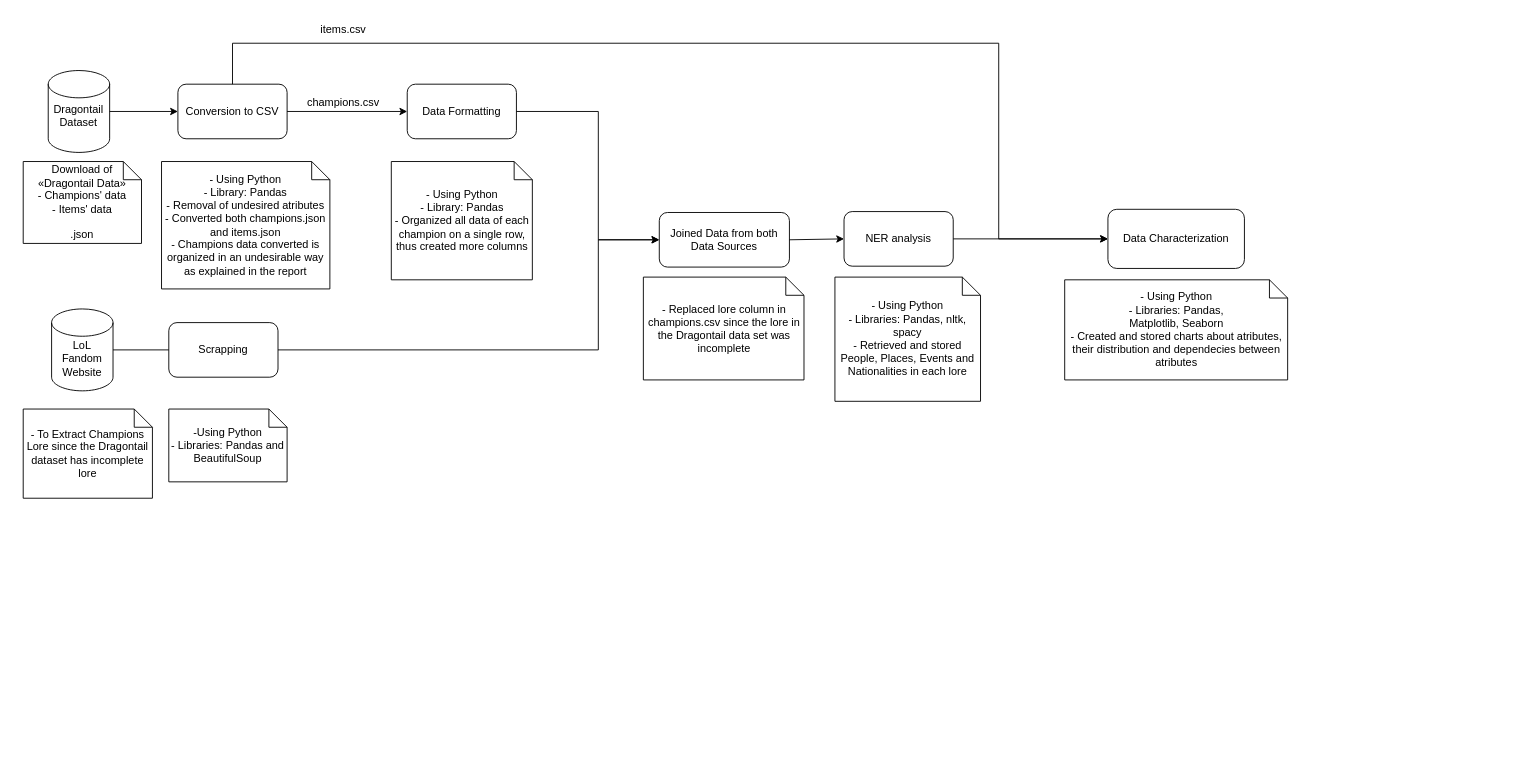
Earlier version of the draw.io diagram docs/Pipeline.drawio (MiNeves00/PRI2021). Source tidied: cells renumbered, new cells numbered last; positions are measured from the earlier drawing's top-left corner, leaving out a move shared by most shapes. Both pictures are drawn from the tidied source at 91%, with x=0, y=0 at pixel (23, 15).
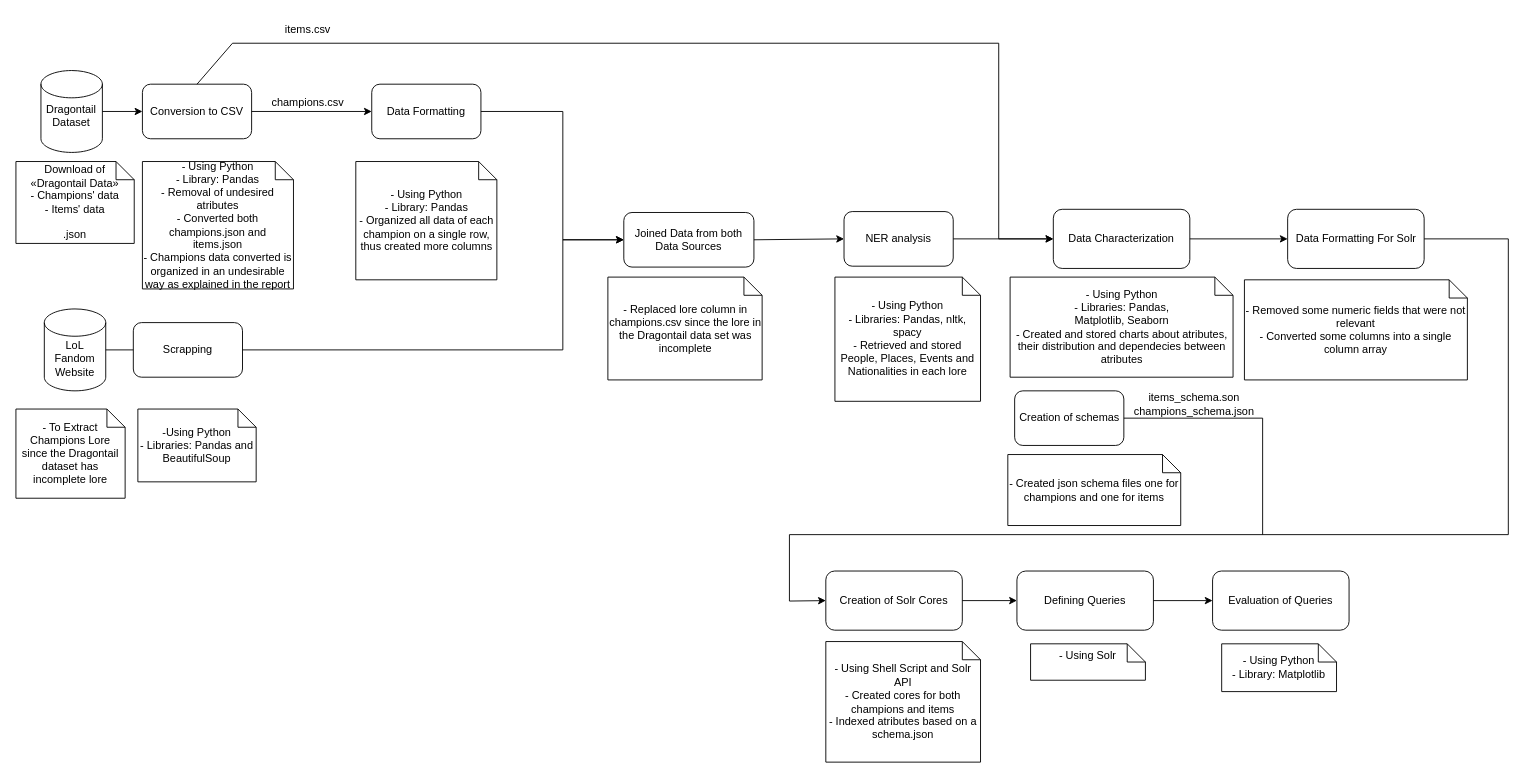
The same diagram, later.

What changed in the source:
```diff
@@
     <mxCell id="2" style="shape=cylinder3;whiteSpace=wrap;html=1;boundedLbl=1;backgroundOutline=1;size=15;" parent="1" vertex="1">
-      <mxGeometry x="27.5" y="60" width="67.5" height="90" as="geometry" />
+      <mxGeometry x="19.5" y="60" width="67.5" height="90" as="geometry" />
     </mxCell>
     <mxCell id="3" value="Dragontail Dataset" style="text;html=1;strokeColor=none;fillColor=none;align=center;verticalAlign=middle;whiteSpace=wrap;rounded=0;" parent="1" vertex="1">
-      <mxGeometry x="41.2" y="100" width="40" height="20" as="geometry" />
+      <mxGeometry x="33.2" y="100" width="40" height="20" as="geometry" />
     </mxCell>
     <mxCell id="4" value="Download of «Dragontail Data»&lt;br&gt;- Champions' data&lt;br&gt;&lt;div&gt;- Items' data&lt;/div&gt;&lt;div&gt;&lt;br&gt;&lt;/div&gt;&lt;div&gt;.json&lt;br&gt;&lt;/div&gt;" style="shape=note;size=20;whiteSpace=wrap;html=1;" parent="1" vertex="1">
-      <mxGeometry y="160" width="130" height="90" as="geometry" />
+      <mxGeometry x="-8" y="160" width="130" height="90" as="geometry" />
     </mxCell>
     <mxCell id="5" style="shape=cylinder3;whiteSpace=wrap;html=1;boundedLbl=1;backgroundOutline=1;size=15;" parent="1" vertex="1">
-      <mxGeometry x="31.2" y="322" width="67.5" height="90" as="geometry" />
+      <mxGeometry x="23.2" y="322" width="67.5" height="90" as="geometry" />
     </mxCell>
     <mxCell id="6" value="&lt;div&gt;LoL Fandom Website&lt;/div&gt;" style="text;html=1;strokeColor=none;fillColor=none;align=center;verticalAlign=middle;whiteSpace=wrap;rounded=0;" parent="1" vertex="1">
-      <mxGeometry x="45" y="367" width="40" height="20" as="geometry" />
+      <mxGeometry x="37" y="367" width="40" height="20" as="geometry" />
     </mxCell>
     <mxCell id="7" value="Scrapping" style="rounded=1;whiteSpace=wrap;html=1;" parent="1" vertex="1">
-      <mxGeometry x="160" y="337" width="120" height="60" as="geometry" />
+      <mxGeometry x="121" y="337" width="120" height="60" as="geometry" />
     </mxCell>
@@
     <mxCell id="9" value="&lt;div&gt;-Using Python&lt;/div&gt;&lt;div&gt;- Libraries: Pandas and BeautifulSoup&lt;br&gt;&lt;/div&gt;" style="shape=note;size=20;whiteSpace=wrap;html=1;" parent="1" vertex="1">
-      <mxGeometry x="160" y="432" width="130" height="80" as="geometry" />
+      <mxGeometry x="126" y="432" width="130" height="80" as="geometry" />
     </mxCell>
     <mxCell id="10" value="- To Extract Champions Lore since the Dragontail dataset has incomplete lore" style="shape=note;size=20;whiteSpace=wrap;html=1;" parent="1" vertex="1">
-      <mxGeometry y="432" width="142" height="98" as="geometry" />
+      <mxGeometry x="-8" y="432" width="120" height="98" as="geometry" />
     </mxCell>
     <mxCell id="11" value="Conversion to CSV" style="rounded=1;whiteSpace=wrap;html=1;" parent="1" vertex="1">
-      <mxGeometry x="170" y="75" width="120" height="60" as="geometry" />
+      <mxGeometry x="131" y="75" width="120" height="60" as="geometry" />
     </mxCell>
     <mxCell id="12" value="&lt;div&gt;- Using Python&lt;/div&gt;&lt;div&gt;- Library: Pandas&lt;/div&gt;&lt;div&gt;- Removal of undesired atributes&lt;/div&gt;&lt;div&gt;- Converted both champions.json and items.json&lt;br&gt;&lt;/div&gt;&lt;div&gt;- Champions data converted is organized in an undesirable way as explained in the report&lt;br&gt;&lt;/div&gt;" style="shape=note;size=20;whiteSpace=wrap;html=1;" parent="1" vertex="1">
-      <mxGeometry x="152" y="160" width="185" height="140" as="geometry" />
+      <mxGeometry x="131" y="160" width="166" height="140" as="geometry" />
     </mxCell>
     <mxCell id="13" value="Data Formatting" style="rounded=1;whiteSpace=wrap;html=1;" parent="1" vertex="1">
-      <mxGeometry x="422" y="75" width="120" height="60" as="geometry" />
+      <mxGeometry x="383" y="75" width="120" height="60" as="geometry" />
     </mxCell>
@@
     <mxCell id="16" value="&lt;div&gt;- Using Python&lt;/div&gt;&lt;div&gt;- Library: Pandas&lt;br&gt;&lt;/div&gt;&lt;div&gt;- Organized all data of each champion on a single row, thus created more columns&lt;br&gt;&lt;/div&gt;" style="shape=note;size=20;whiteSpace=wrap;html=1;" parent="1" vertex="1">
-      <mxGeometry x="404.5" y="160" width="155" height="130" as="geometry" />
+      <mxGeometry x="365.5" y="160" width="155" height="130" as="geometry" />
     </mxCell>
     <mxCell id="17" value="&lt;div&gt;Joined Data from both Data Sources&lt;/div&gt;" style="rounded=1;whiteSpace=wrap;html=1;" parent="1" vertex="1">
-      <mxGeometry x="699" y="216" width="143" height="60" as="geometry" />
+      <mxGeometry x="660" y="216" width="143" height="60" as="geometry" />
     </mxCell>
     <mxCell id="18" style="endArrow=classic;html=1;rounded=0;exitX=1;exitY=0.5;exitDx=0;exitDy=0;entryX=0;entryY=0.5;entryDx=0;entryDy=0;" parent="1" edge="1" source="13" target="17">
       <mxGeometry relative="1" as="geometry">
         <Array as="points">
-          <mxPoint x="632" y="105" />
-          <mxPoint x="632" y="246" />
+          <mxPoint x="593" y="105" />
+          <mxPoint x="593" y="246" />
         </Array>
       </mxGeometry>
     </mxCell>
     <mxCell id="19" style="endArrow=classic;html=1;rounded=0;exitX=1;exitY=0.5;exitDx=0;exitDy=0;entryX=0;entryY=0.5;entryDx=0;entryDy=0;" parent="1" edge="1" source="7" target="17">
       <mxGeometry relative="1" as="geometry">
         <Array as="points">
-          <mxPoint x="632" y="367" />
-          <mxPoint x="632" y="246" />
+          <mxPoint x="593" y="367" />
+          <mxPoint x="593" y="246" />
         </Array>
       </mxGeometry>
     </mxCell>
     <mxCell id="20" value="- Replaced lore column in champions.csv since the lore in the Dragontail data set was incomplete" style="shape=note;size=20;whiteSpace=wrap;html=1;" parent="1" vertex="1">
-      <mxGeometry x="681.5" y="287" width="176.5" height="113" as="geometry" />
+      <mxGeometry x="642.5" y="287" width="169.5" height="113" as="geometry" />
     </mxCell>
     <mxCell id="21" value="champions.csv" style="text;html=1;strokeColor=none;fillColor=none;align=center;verticalAlign=middle;whiteSpace=wrap;rounded=0;" parent="1" vertex="1">
-      <mxGeometry x="322" y="81" width="60" height="30" as="geometry" />
+      <mxGeometry x="283" y="81" width="60" height="30" as="geometry" />
     </mxCell>
@@
     <mxCell id="23" value="Data Characterization" style="rounded=1;whiteSpace=wrap;html=1;" parent="1" vertex="1">
-      <mxGeometry x="1192" y="212.5" width="150" height="65" as="geometry" />
+      <mxGeometry x="1132" y="212.5" width="150" height="65" as="geometry" />
     </mxCell>
@@
     <mxCell id="27" value="&lt;div&gt;items.csv&lt;/div&gt;" style="text;html=1;strokeColor=none;fillColor=none;align=center;verticalAlign=middle;whiteSpace=wrap;rounded=0;" parent="1" vertex="1">
-      <mxGeometry x="322" width="60" height="30" as="geometry" />
+      <mxGeometry x="283" width="60" height="30" as="geometry" />
     </mxCell>
@@
     <mxCell id="29" value="&lt;div&gt;- Using Python&lt;/div&gt;&lt;div&gt;- Libraries: Pandas, &lt;br&gt;&lt;/div&gt;&lt;div&gt;Matplotlib, Seaborn&lt;/div&gt;&lt;div&gt;- Created and stored charts about atributes, their distribution and dependecies between atributes&lt;br&gt;&lt;/div&gt;" style="shape=note;size=20;whiteSpace=wrap;html=1;" parent="1" vertex="1">
-      <mxGeometry x="1144.5" y="290" width="245" height="110" as="geometry" />
+      <mxGeometry x="1084.5" y="287" width="245" height="110" as="geometry" />
     </mxCell>
+    <mxCell id="30" value="Creation of Solr Cores" style="rounded=1;whiteSpace=wrap;html=1;" parent="1" vertex="1">
+      <mxGeometry x="882" y="610" width="150" height="65" as="geometry" />
+    </mxCell>
+    <mxCell id="31" value="&lt;div&gt;- Using Shell Script and Solr API&lt;br&gt;&lt;/div&gt;&lt;div&gt;- Created cores for both champions and items&lt;/div&gt;&lt;div&gt;- Indexed atributes based on a schema.json&lt;br&gt;&lt;/div&gt;" style="shape=note;size=20;whiteSpace=wrap;html=1;" parent="1" vertex="1">
+      <mxGeometry x="882" y="687.5" width="170" height="132.5" as="geometry" />
+    </mxCell>
+    <mxCell id="32" value="Defining Queries" style="rounded=1;whiteSpace=wrap;html=1;" parent="1" vertex="1">
+      <mxGeometry x="1092" y="610" width="150" height="65" as="geometry" />
+    </mxCell>
+    <mxCell id="33" value="&lt;div&gt;- Using Solr&lt;/div&gt;&lt;div&gt;&lt;br&gt;&lt;/div&gt;" style="shape=note;size=20;whiteSpace=wrap;html=1;" parent="1" vertex="1">
+      <mxGeometry x="1107" y="690" width="126.2" height="40" as="geometry" />
+    </mxCell>
+    <mxCell id="34" value="Data Formatting For Solr" style="rounded=1;whiteSpace=wrap;html=1;" parent="1" vertex="1">
+      <mxGeometry x="1389.5" y="212.5" width="150" height="65" as="geometry" />
+    </mxCell>
+    <mxCell id="35" value="&lt;div&gt;- Removed some numeric fields that were not relevant&lt;/div&gt;&lt;div&gt;- Converted some columns into a single column array&lt;br&gt;&lt;/div&gt;" style="shape=note;size=20;whiteSpace=wrap;html=1;" parent="1" vertex="1">
+      <mxGeometry x="1342" y="290" width="245" height="110" as="geometry" />
+    </mxCell>
+    <mxCell id="36" style="endArrow=classic;html=1;rounded=0;exitX=1;exitY=0.5;exitDx=0;exitDy=0;entryX=0;entryY=0.5;entryDx=0;entryDy=0;" parent="1" edge="1" source="34" target="30">
+      <mxGeometry relative="1" as="geometry">
+        <Array as="points">
+          <mxPoint x="1632" y="245" />
+          <mxPoint x="1632" y="570" />
+          <mxPoint x="842" y="570" />
+          <mxPoint x="842" y="643" />
+        </Array>
+      </mxGeometry>
+    </mxCell>
+    <mxCell id="37" value="Creation of schemas" style="rounded=1;whiteSpace=wrap;html=1;" parent="1" vertex="1">
+      <mxGeometry x="1089.5" y="412" width="120" height="60" as="geometry" />
+    </mxCell>
+    <mxCell id="38" value="&lt;div&gt;- Created json schema files one for champions and one for items&lt;/div&gt;" style="shape=note;size=20;whiteSpace=wrap;html=1;" parent="1" vertex="1">
+      <mxGeometry x="1082" y="482" width="190" height="78" as="geometry" />
+    </mxCell>
+    <mxCell id="39" style="endArrow=none;html=1;rounded=0;exitX=1;exitY=0.5;exitDx=0;exitDy=0;endFill=0;" parent="1" edge="1" source="37">
+      <mxGeometry relative="1" as="geometry">
+        <mxPoint x="1362" y="570" as="targetPoint" />
+        <Array as="points">
+          <mxPoint x="1362" y="442" />
+        </Array>
+      </mxGeometry>
+    </mxCell>
+    <mxCell id="40" value="items_schema.son champions_schema.json" style="text;html=1;strokeColor=none;fillColor=none;align=center;verticalAlign=middle;whiteSpace=wrap;rounded=0;" parent="1" vertex="1">
+      <mxGeometry x="1257" y="412" width="60" height="30" as="geometry" />
+    </mxCell>
+    <mxCell id="41" style="endArrow=classic;html=1;rounded=0;exitX=1;exitY=0.5;exitDx=0;exitDy=0;entryX=0;entryY=0.5;entryDx=0;entryDy=0;" parent="1" edge="1" source="30">
+      <mxGeometry relative="1" as="geometry">
+        <mxPoint x="1092" y="642.5" as="targetPoint" />
+      </mxGeometry>
+    </mxCell>
+    <mxCell id="42" value="Evaluation of Queries" style="rounded=1;whiteSpace=wrap;html=1;" parent="1" vertex="1">
+      <mxGeometry x="1307" y="610" width="150" height="65" as="geometry" />
+    </mxCell>
+    <mxCell id="43" style="endArrow=classic;html=1;rounded=0;exitX=1;exitY=0.5;exitDx=0;exitDy=0;entryX=0;entryY=0.5;entryDx=0;entryDy=0;" parent="1" edge="1" source="32" target="42">
+      <mxGeometry relative="1" as="geometry" />
+    </mxCell>
+    <mxCell id="44" value="&lt;div&gt;- Using Python&lt;/div&gt;&lt;div&gt;- Library: Matplotlib&lt;br&gt;&lt;/div&gt;" style="shape=note;size=20;whiteSpace=wrap;html=1;" parent="1" vertex="1">
+      <mxGeometry x="1317" y="690" width="126.2" height="52.5" as="geometry" />
+    </mxCell>
+    <mxCell id="45" style="endArrow=classic;html=1;rounded=0;exitX=1;exitY=0.5;exitDx=0;exitDy=0;entryX=0;entryY=0.5;entryDx=0;entryDy=0;" parent="1" edge="1" source="23" target="34">
+      <mxGeometry relative="1" as="geometry" />
+    </mxCell>
```
